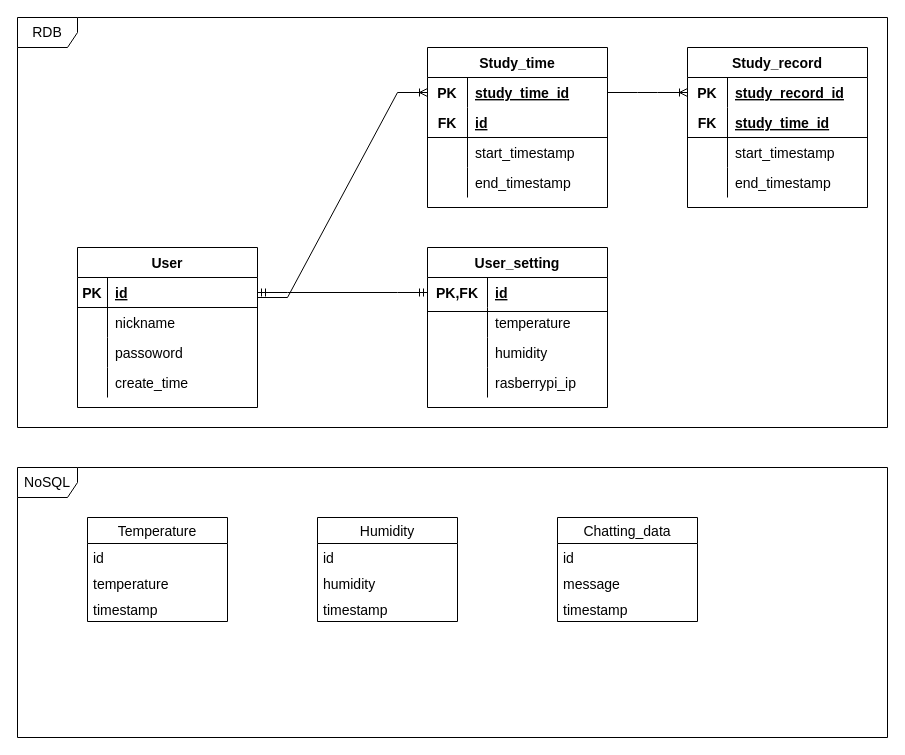
The draw.io diagram page "ERD" (12 of 12) of doc/UML.drawio in veryneuron/study_mate_project, before the edit. Source tidied: cells renumbered, new cells numbered last; positions are measured from the earlier drawing's top-left corner, leaving out a move shared by most shapes. Both pictures are drawn from the tidied source at 100%, with x=0, y=0 at pixel (17, 17).
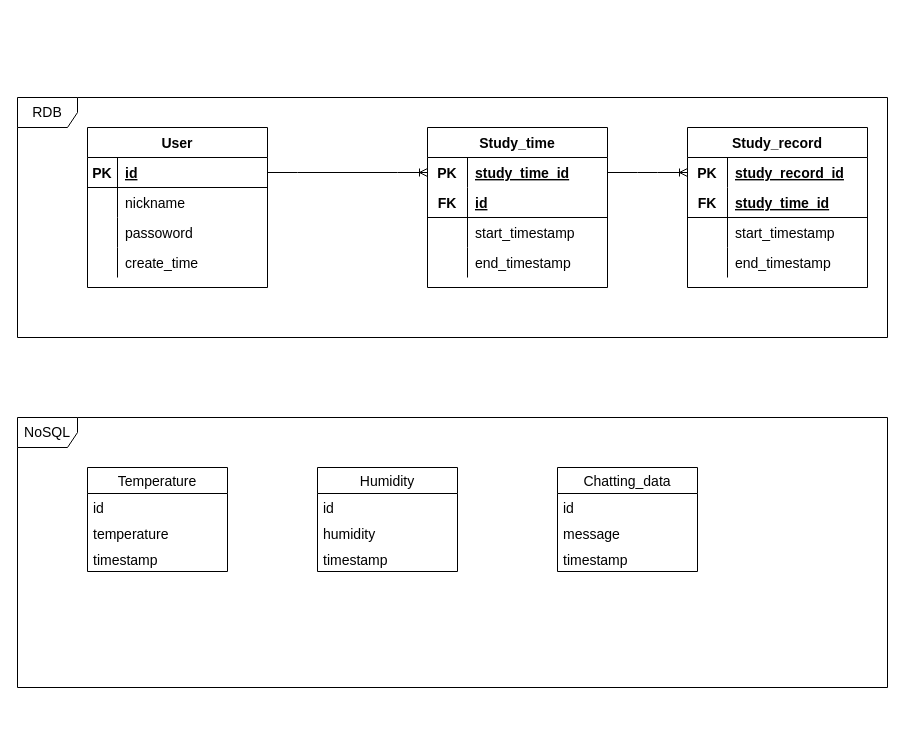
After the change.

Unchanged cells that the change refers to:
```xml
<mxCell id="3" style="shape=tableRow;horizontal=0;startSize=0;swimlaneHead=0;swimlaneBody=0;fillColor=none;points=[[0,0.5],[1,0.5]];portConstraint=eastwest;top=0;left=0;right=0;bottom=1;fontSize=14;" parent="2" vertex="1">
  <mxGeometry y="30" width="180" height="30" as="geometry" />
</mxCell>
<mxCell id="32" style="shape=tableRow;horizontal=0;startSize=0;swimlaneHead=0;swimlaneBody=0;fillColor=none;points=[[0,0.5],[1,0.5]];portConstraint=eastwest;top=0;left=0;right=0;bottom=0;fontSize=14;" parent="31" vertex="1">
  <mxGeometry y="30" width="180" height="30" as="geometry" />
</mxCell>
```

The edit, as a diff of the source:
```diff
@@
+    <mxCell id="58" value="RDB" style="shape=umlFrame;whiteSpace=wrap;html=1;fontSize=14;" parent="1" vertex="1">
+      <mxGeometry y="80" width="870" height="240" as="geometry" />
+    </mxCell>
     <mxCell id="2" value="User" style="shape=table;startSize=30;childLayout=tableLayout;rowLines=0;fontStyle=1;align=center;fontSize=14;" parent="1" vertex="1">
-      <mxGeometry x="60" y="230" width="180" height="160" as="geometry" />
+      <mxGeometry x="70" y="110" width="180" height="160" as="geometry" />
     </mxCell>
@@
-    <mxCell id="15" value="User_setting" style="shape=table;startSize=30;childLayout=tableLayout;rowLines=0;fontStyle=1;align=center;fontSize=14;" parent="1" vertex="1">
-      <mxGeometry x="410" y="230" width="180" height="160" as="geometry" />
-    </mxCell>
-    <mxCell id="16" style="shape=tableRow;horizontal=0;startSize=0;swimlaneHead=0;swimlaneBody=0;fillColor=none;points=[[0,0.5],[1,0.5]];portConstraint=eastwest;top=0;left=0;right=0;bottom=0;fontSize=14;" parent="15" vertex="1">
-      <mxGeometry y="30" width="180" height="30" as="geometry" />
-    </mxCell>
-    <mxCell id="17" value="PK,FK" style="shape=partialRectangle;fillColor=none;top=0;left=0;bottom=0;right=0;fontStyle=1;overflow=hidden;fontSize=14;" parent="16" vertex="1">
-      <mxGeometry width="60" height="30" as="geometry" />
-    </mxCell>
-    <mxCell id="18" value="id" style="shape=partialRectangle;fillColor=none;top=0;left=0;bottom=0;right=0;align=left;spacingLeft=6;fontStyle=5;overflow=hidden;fontSize=14;" parent="16" vertex="1">
-      <mxGeometry x="60" width="120" height="30" as="geometry" />
-    </mxCell>
-    <mxCell id="19" style="shape=tableRow;horizontal=0;startSize=0;swimlaneHead=0;swimlaneBody=0;fillColor=none;top=0;left=0;right=0;bottom=0;fontSize=14;" parent="15" vertex="1">
-      <mxGeometry y="60" width="180" height="30" as="geometry" />
-    </mxCell>
-    <mxCell id="20" style="shape=partialRectangle;fillColor=none;top=0;left=0;bottom=0;right=0;overflow=hidden;fontSize=14;" parent="19" vertex="1">
-      <mxGeometry width="60" height="30" as="geometry" />
-    </mxCell>
-    <mxCell id="21" value="temperature" style="shape=partialRectangle;fillColor=none;top=0;left=0;bottom=0;right=0;align=left;spacingLeft=6;overflow=hidden;fontSize=14;" parent="19" vertex="1">
-      <mxGeometry x="60" width="120" height="30" as="geometry" />
-    </mxCell>
-    <mxCell id="22" style="shape=tableRow;horizontal=0;startSize=0;swimlaneHead=0;swimlaneBody=0;fillColor=none;top=0;left=0;right=0;bottom=0;fontSize=14;" parent="15" vertex="1">
-      <mxGeometry y="90" width="180" height="30" as="geometry" />
-    </mxCell>
-    <mxCell id="23" style="shape=partialRectangle;fillColor=none;top=0;left=0;bottom=0;right=0;overflow=hidden;fontSize=14;" parent="22" vertex="1">
-      <mxGeometry width="60" height="30" as="geometry" />
-    </mxCell>
-    <mxCell id="24" value="humidity" style="shape=partialRectangle;fillColor=none;top=0;left=0;bottom=0;right=0;align=left;spacingLeft=6;overflow=hidden;fontSize=14;" parent="22" vertex="1">
-      <mxGeometry x="60" width="120" height="30" as="geometry" />
-    </mxCell>
-    <mxCell id="25" style="shape=tableRow;horizontal=0;startSize=0;swimlaneHead=0;swimlaneBody=0;fillColor=none;top=0;left=0;right=0;bottom=0;fontSize=14;" parent="15" vertex="1">
-      <mxGeometry y="120" width="180" height="30" as="geometry" />
-    </mxCell>
-    <mxCell id="26" style="shape=partialRectangle;fillColor=none;top=0;left=0;bottom=0;right=0;overflow=hidden;fontSize=14;" parent="25" vertex="1">
-      <mxGeometry width="60" height="30" as="geometry" />
-    </mxCell>
-    <mxCell id="27" value="rasberrypi_ip" style="shape=partialRectangle;fillColor=none;top=0;left=0;bottom=0;right=0;align=left;spacingLeft=6;overflow=hidden;fontSize=14;" parent="25" vertex="1">
-      <mxGeometry x="60" width="120" height="30" as="geometry" />
-    </mxCell>
-    <mxCell id="28" style="line;strokeWidth=1;fillColor=none;align=left;verticalAlign=middle;spacingTop=-1;spacingLeft=3;spacingRight=3;labelPosition=right;fontSize=14;" parent="1" vertex="1">
-      <mxGeometry x="410" y="290" width="180" height="8" as="geometry" />
-    </mxCell>
-    <mxCell id="29" style="edgeStyle=entityRelationEdgeStyle;fontSize=12;html=1;endArrow=ERmandOne;startArrow=ERmandOne;rounded=0;exitX=1;exitY=0.5;exitDx=0;exitDy=0;entryX=0;entryY=0.5;entryDx=0;entryDy=0;" parent="1" edge="1" source="3" target="16">
-      <mxGeometry relative="1" as="geometry" />
-    </mxCell>
-    <mxCell id="30" style="edgeStyle=entityRelationEdgeStyle;fontSize=12;html=1;endArrow=ERoneToMany;rounded=0;entryX=0;entryY=0.5;entryDx=0;entryDy=0;" parent="1" edge="1">
+    <mxCell id="30" style="edgeStyle=entityRelationEdgeStyle;fontSize=12;html=1;endArrow=ERoneToMany;rounded=0;entryX=0;entryY=0.5;entryDx=0;entryDy=0;" parent="1" edge="1" source="3">
       <mxGeometry relative="1" as="geometry">
-        <mxPoint x="240" y="280" as="sourcePoint" />
-        <mxPoint x="410" y="75" as="targetPoint" />
+        <mxPoint x="410" y="155" as="targetPoint" />
       </mxGeometry>
     </mxCell>
     <mxCell id="31" value="Study_record" style="shape=table;startSize=30;childLayout=tableLayout;rowLines=0;fontStyle=1;align=center;fontSize=14;" parent="1" vertex="1">
-      <mxGeometry x="670" y="30" width="180" height="160" as="geometry" />
+      <mxGeometry x="670" y="110" width="180" height="160" as="geometry" />
     </mxCell>
@@
     <mxCell id="44" style="edgeStyle=entityRelationEdgeStyle;fontSize=12;html=1;endArrow=ERoneToMany;rounded=0;exitX=1;exitY=0.5;exitDx=0;exitDy=0;entryX=0;entryY=0.5;entryDx=0;entryDy=0;" parent="1" edge="1" target="32">
       <mxGeometry relative="1" as="geometry">
-        <mxPoint x="590" y="75" as="sourcePoint" />
+        <mxPoint x="590" y="155" as="sourcePoint" />
       </mxGeometry>
     </mxCell>
     <mxCell id="45" value="Study_time" style="shape=table;startSize=30;childLayout=tableLayout;rowLines=0;fontStyle=1;align=center;fontSize=14;" parent="1" vertex="1">
-      <mxGeometry x="410" y="30" width="180" height="160" as="geometry" />
+      <mxGeometry x="410" y="110" width="180" height="160" as="geometry" />
     </mxCell>
@@
-    <mxCell id="58" value="RDB" style="shape=umlFrame;whiteSpace=wrap;html=1;fontSize=14;" parent="1" vertex="1">
-      <mxGeometry width="870" height="410" as="geometry" />
-    </mxCell>
     <mxCell id="59" value="NoSQL" style="shape=umlFrame;whiteSpace=wrap;html=1;fontSize=14;" parent="1" vertex="1">
-      <mxGeometry y="450" width="870" height="270" as="geometry" />
+      <mxGeometry y="400" width="870" height="270" as="geometry" />
     </mxCell>
     <mxCell id="60" value="Temperature" style="swimlane;fontStyle=0;horizontal=1;startSize=26;fillColor=none;fontSize=14;" parent="1" vertex="1">
-      <mxGeometry x="70" y="500" width="140" height="104" as="geometry" />
+      <mxGeometry x="70" y="450" width="140" height="104" as="geometry" />
     </mxCell>
@@
     <mxCell id="64" value="Humidity" style="swimlane;fontStyle=0;horizontal=1;startSize=26;fillColor=none;fontSize=14;" parent="1" vertex="1">
-      <mxGeometry x="300" y="500" width="140" height="104" as="geometry" />
+      <mxGeometry x="300" y="450" width="140" height="104" as="geometry" />
     </mxCell>
@@
     <mxCell id="68" value="Chatting_data" style="swimlane;fontStyle=0;horizontal=1;startSize=26;fillColor=none;fontSize=14;" parent="1" vertex="1">
-      <mxGeometry x="540" y="500" width="140" height="104" as="geometry" />
+      <mxGeometry x="540" y="450" width="140" height="104" as="geometry" />
     </mxCell>
```
